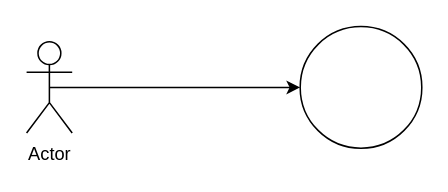
Jhonneg/FluxogramaRepo keeps this draw.io diagram as diagrama uml 2.drawio. Above is the earlier version. Source tidied: cells renumbered, new cells numbered last; positions are measured from the earlier drawing's top-left corner, leaving out a move shared by most shapes. Both pictures are drawn from the tidied source at 152%, with x=0, y=0 at pixel (26, 26).
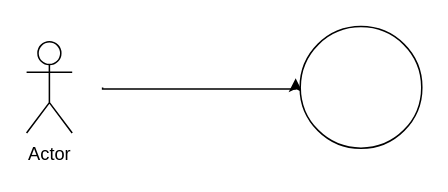
Above is the later version.

Change to the diagram source:
```diff
@@
 <mxGraphModel>
   <root>
     <mxCell id="0" />
     <mxCell id="1" parent="0" />
-    <mxCell id="2" style="edgeStyle=orthogonalEdgeStyle;rounded=0;jettySize=auto;html=1;exitX=0.5;exitY=0.5;exitDx=0;exitDy=0;exitPerimeter=0;" parent="1" edge="1" source="3">
+    <mxCell id="2" style="edgeStyle=orthogonalEdgeStyle;rounded=0;jettySize=auto;html=1;entryX=-0.037;entryY=0.425;entryDx=0;entryDy=0;entryPerimeter=0;" parent="1" edge="1" target="4">
       <mxGeometry relative="1" as="geometry">
-        <mxPoint x="180" y="40" as="targetPoint" />
+        <mxPoint x="50" y="40" as="sourcePoint" />
+        <Array as="points">
+          <mxPoint x="50" y="41" />
+          <mxPoint x="177" y="41" />
+        </Array>
       </mxGeometry>
     </mxCell>
     <mxCell id="3" value="Actor" style="shape=umlActor;verticalLabelPosition=bottom;verticalAlign=top;html=1;" parent="1" vertex="1">
       <mxGeometry y="10" width="30" height="60" as="geometry" />
     </mxCell>
     <mxCell id="4" style="ellipse;whiteSpace=wrap;html=1;" parent="1" vertex="1">
       <mxGeometry x="180" width="80" height="80" as="geometry" />
     </mxCell>
   </root>
 </mxGraphModel>
```
